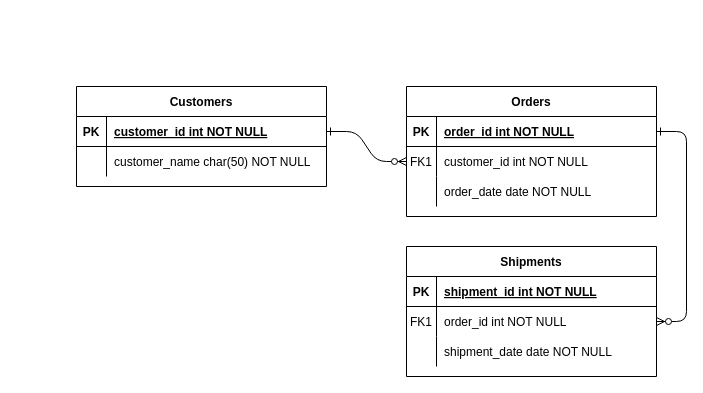
Earlier version of the draw.io diagram MER_Biblioteca.drawio (Lucas-Coimbra/Atividade-MER). Source tidied: cells renumbered, new cells numbered last; positions are measured from the earlier drawing's top-left corner, leaving out a move shared by most shapes. Both pictures are drawn from the tidied source at 100%, with x=0, y=0 at pixel (76, 86).
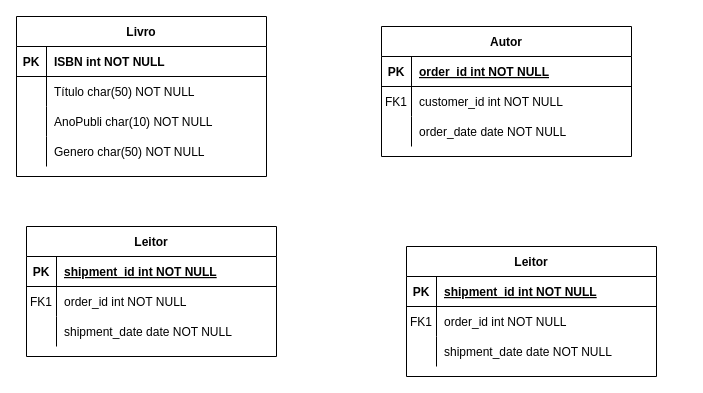
The same page after the edit.

Unchanged cells that the change refers to:
```xml
<mxCell id="5" style="shape=partialRectangle;fillColor=none;points=[[0,0.5],[1,0.5]];portConstraint=eastwest;top=0;left=0;right=0;bottom=1;" parent="4" vertex="1">
  <mxGeometry y="30" width="250" height="30" as="geometry" />
</mxCell>
<mxCell id="8" style="shape=partialRectangle;fillColor=none;points=[[0,0.5],[1,0.5]];portConstraint=eastwest;top=0;left=0;right=0;bottom=0;" parent="4" vertex="1">
  <mxGeometry y="60" width="250" height="30" as="geometry" />
</mxCell>
<mxCell id="18" style="shape=partialRectangle;fillColor=none;points=[[0,0.5],[1,0.5]];portConstraint=eastwest;top=0;left=0;right=0;bottom=0;" parent="14" vertex="1">
  <mxGeometry y="60" width="250" height="30" as="geometry" />
</mxCell>
<mxCell id="25" style="shape=partialRectangle;fillColor=none;points=[[0,0.5],[1,0.5]];portConstraint=eastwest;top=0;left=0;right=0;bottom=1;" parent="24" vertex="1">
  <mxGeometry y="30" width="250" height="30" as="geometry" />
</mxCell>
<mxCell id="28" style="shape=partialRectangle;fillColor=none;top=0;left=0;right=0;bottom=0;" parent="24" vertex="1">
  <mxGeometry y="60" width="250" height="30" as="geometry" />
</mxCell>
```

Diff of the diagram source:
```diff
@@
-    <mxCell id="2" style="edgeStyle=entityRelationEdgeStyle;endArrow=ERzeroToMany;startArrow=ERone;endFill=1;startFill=0;" parent="1" edge="1" source="25" target="8">
-      <mxGeometry relative="1" as="geometry" />
-    </mxCell>
-    <mxCell id="3" style="edgeStyle=entityRelationEdgeStyle;endArrow=ERzeroToMany;startArrow=ERone;endFill=1;startFill=0;" parent="1" edge="1" source="5" target="18">
-      <mxGeometry relative="1" as="geometry" />
-    </mxCell>
-    <mxCell id="4" value="Orders" style="shape=table;startSize=30;childLayout=tableLayout;rowLines=0;fontStyle=1;align=center;" parent="1" vertex="1">
-      <mxGeometry x="330" width="250" height="130" as="geometry" />
+    <mxCell id="4" value="Autor" style="shape=table;startSize=30;childLayout=tableLayout;rowLines=0;fontStyle=1;align=center;" parent="1" vertex="1">
+      <mxGeometry x="305" y="-60" width="250" height="130" as="geometry" />
     </mxCell>
@@
-    <mxCell id="14" value="Shipments" style="shape=table;startSize=30;childLayout=tableLayout;rowLines=0;fontStyle=1;align=center;" parent="1" vertex="1">
+    <mxCell id="14" value="Leitor" style="shape=table;startSize=30;childLayout=tableLayout;rowLines=0;fontStyle=1;align=center;" parent="1" vertex="1">
       <mxGeometry x="330" y="160" width="250" height="130" as="geometry" />
     </mxCell>
@@
-    <mxCell id="24" value="Customers" style="shape=table;startSize=30;childLayout=tableLayout;rowLines=0;fontStyle=1;align=center;" parent="1" vertex="1">
-      <mxGeometry width="250" height="100" as="geometry" />
+    <mxCell id="24" value="Livro" style="shape=table;startSize=30;childLayout=tableLayout;rowLines=0;fontStyle=1;align=center;" parent="1" vertex="1">
+      <mxGeometry x="-60" y="-70" width="250" height="160" as="geometry" />
     </mxCell>
@@
-    <mxCell id="27" value="customer_id int NOT NULL " style="shape=partialRectangle;overflow=hidden;fillColor=none;top=0;left=0;bottom=0;right=0;align=left;spacingLeft=6;fontStyle=5;" parent="25" vertex="1">
+    <mxCell id="27" value="ISBN int NOT NULL " style="shape=partialRectangle;overflow=hidden;fillColor=none;top=0;left=0;bottom=0;right=0;align=left;spacingLeft=6;fontStyle=1;verticalAlign=middle;" parent="25" vertex="1">
       <mxGeometry x="30" width="220" height="30" as="geometry" />
     </mxCell>
@@
-    <mxCell id="30" value="customer_name char(50) NOT NULL" style="shape=partialRectangle;overflow=hidden;fillColor=none;top=0;left=0;bottom=0;right=0;align=left;spacingLeft=6;" parent="28" vertex="1">
+    <mxCell id="30" value="Título char(50) NOT NULL" style="shape=partialRectangle;overflow=hidden;fillColor=none;top=0;left=0;bottom=0;right=0;align=left;spacingLeft=6;" parent="28" vertex="1">
       <mxGeometry x="30" width="220" height="30" as="geometry" />
     </mxCell>
+    <mxCell id="31" style="shape=partialRectangle;fillColor=none;top=0;left=0;right=0;bottom=0;" parent="24" vertex="1">
+      <mxGeometry y="90" width="250" height="30" as="geometry" />
+    </mxCell>
+    <mxCell id="32" style="shape=partialRectangle;overflow=hidden;fillColor=none;top=0;left=0;bottom=0;right=0;" parent="31" vertex="1">
+      <mxGeometry width="30" height="30" as="geometry" />
+    </mxCell>
+    <mxCell id="33" value="AnoPubli char(10) NOT NULL" style="shape=partialRectangle;overflow=hidden;fillColor=none;top=0;left=0;bottom=0;right=0;align=left;spacingLeft=6;" parent="31" vertex="1">
+      <mxGeometry x="30" width="220" height="30" as="geometry" />
+    </mxCell>
+    <mxCell id="34" style="shape=partialRectangle;fillColor=none;top=0;left=0;right=0;bottom=0;" parent="24" vertex="1">
+      <mxGeometry y="120" width="250" height="30" as="geometry" />
+    </mxCell>
+    <mxCell id="35" style="shape=partialRectangle;overflow=hidden;fillColor=none;top=0;left=0;bottom=0;right=0;" parent="34" vertex="1">
+      <mxGeometry width="30" height="30" as="geometry" />
+    </mxCell>
+    <mxCell id="36" value="Genero char(50) NOT NULL" style="shape=partialRectangle;overflow=hidden;fillColor=none;top=0;left=0;bottom=0;right=0;align=left;spacingLeft=6;" parent="34" vertex="1">
+      <mxGeometry x="30" width="220" height="30" as="geometry" />
+    </mxCell>
+    <mxCell id="37" value="Leitor" style="shape=table;startSize=30;childLayout=tableLayout;rowLines=0;fontStyle=1;align=center;" parent="1" vertex="1">
+      <mxGeometry x="-50" y="140" width="250" height="130" as="geometry" />
+    </mxCell>
+    <mxCell id="38" style="shape=partialRectangle;fillColor=none;top=0;left=0;right=0;bottom=1;" parent="37" vertex="1">
+      <mxGeometry y="30" width="250" height="30" as="geometry" />
+    </mxCell>
+    <mxCell id="39" value="PK" style="shape=partialRectangle;overflow=hidden;fillColor=none;top=0;left=0;bottom=0;right=0;fontStyle=1;" parent="38" vertex="1">
+      <mxGeometry width="30" height="30" as="geometry" />
+    </mxCell>
+    <mxCell id="40" value="shipment_id int NOT NULL " style="shape=partialRectangle;overflow=hidden;fillColor=none;top=0;left=0;bottom=0;right=0;align=left;spacingLeft=6;fontStyle=5;" parent="38" vertex="1">
+      <mxGeometry x="30" width="220" height="30" as="geometry" />
+    </mxCell>
+    <mxCell id="41" style="shape=partialRectangle;fillColor=none;top=0;left=0;right=0;bottom=0;" parent="37" vertex="1">
+      <mxGeometry y="60" width="250" height="30" as="geometry" />
+    </mxCell>
+    <mxCell id="42" value="FK1" style="shape=partialRectangle;overflow=hidden;fillColor=none;top=0;left=0;bottom=0;right=0;" parent="41" vertex="1">
+      <mxGeometry width="30" height="30" as="geometry" />
+    </mxCell>
+    <mxCell id="43" value="order_id int NOT NULL" style="shape=partialRectangle;overflow=hidden;fillColor=none;top=0;left=0;bottom=0;right=0;align=left;spacingLeft=6;" parent="41" vertex="1">
+      <mxGeometry x="30" width="220" height="30" as="geometry" />
+    </mxCell>
+    <mxCell id="44" style="shape=partialRectangle;fillColor=none;top=0;left=0;right=0;bottom=0;" parent="37" vertex="1">
+      <mxGeometry y="90" width="250" height="30" as="geometry" />
+    </mxCell>
+    <mxCell id="45" style="shape=partialRectangle;overflow=hidden;fillColor=none;top=0;left=0;bottom=0;right=0;" parent="44" vertex="1">
+      <mxGeometry width="30" height="30" as="geometry" />
+    </mxCell>
+    <mxCell id="46" value="shipment_date date NOT NULL" style="shape=partialRectangle;overflow=hidden;fillColor=none;top=0;left=0;bottom=0;right=0;align=left;spacingLeft=6;" parent="44" vertex="1">
+      <mxGeometry x="30" width="220" height="30" as="geometry" />
+    </mxCell>
```
